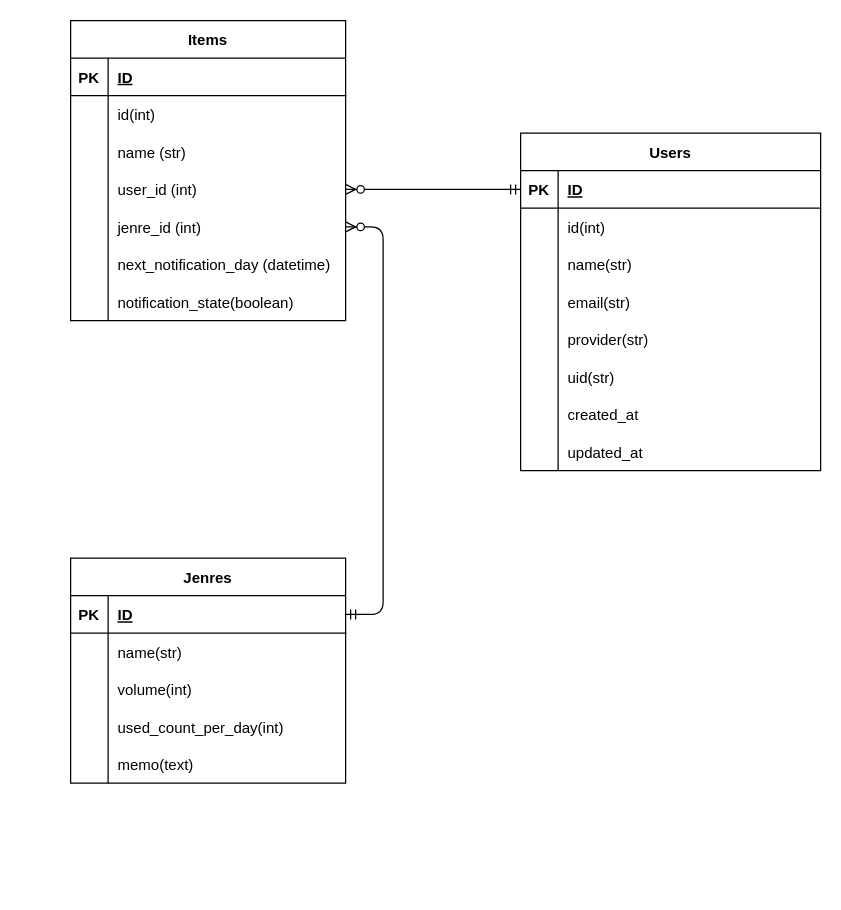
Before: ER_diagram.dio in nakajima-takeshi/stockmate, a draw.io diagram. Source tidied: cells renumbered, new cells numbered last; positions are measured from the earlier drawing's top-left corner, leaving out a move shared by most shapes. Both pictures are drawn from the tidied source at 125%, with x=0, y=0 at pixel (70, 20).
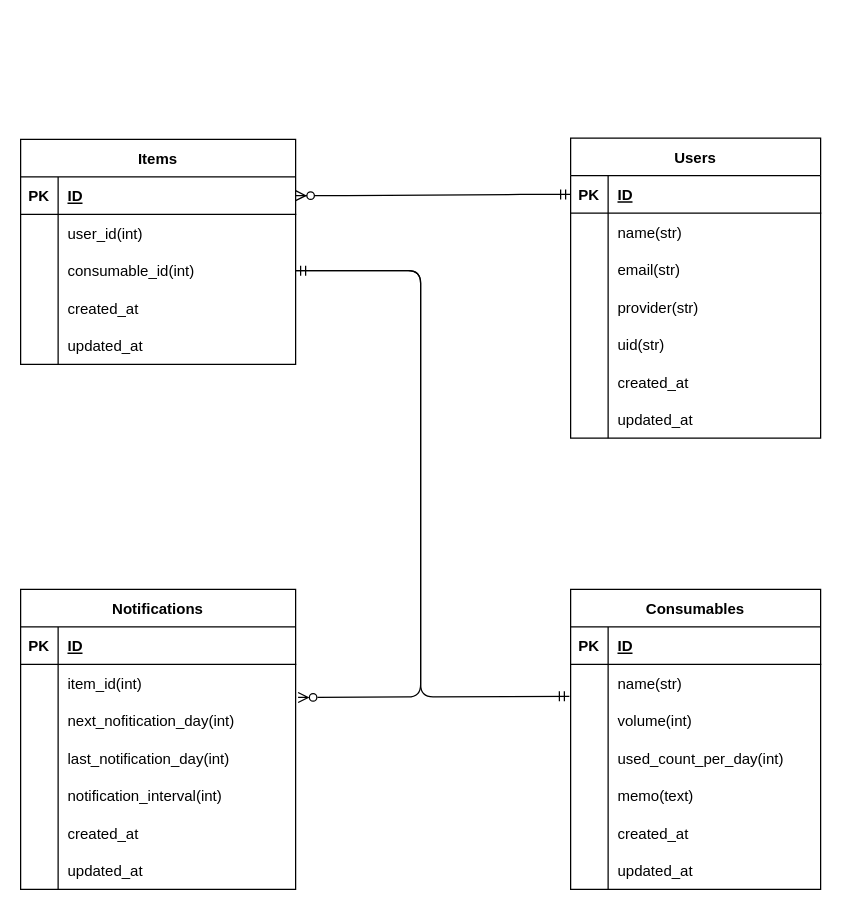
After the change.

Commit message (it also covers changes not shown here):
テーブル設計、ER図を修正しました

The change refers to these unchanged cells:
```xml
<mxCell id="44" style="shape=tableRow;horizontal=0;startSize=0;swimlaneHead=0;swimlaneBody=0;fillColor=none;points=[[0,0.5],[1,0.5]];portConstraint=eastwest;top=0;left=0;right=0;bottom=1;" parent="43" vertex="1">
  <mxGeometry y="30" width="220" height="30" as="geometry" />
</mxCell>
<mxCell id="47" style="shape=tableRow;horizontal=0;startSize=0;swimlaneHead=0;swimlaneBody=0;fillColor=none;top=0;left=0;right=0;bottom=0;" parent="43" vertex="1">
  <mxGeometry y="60" width="220" height="30" as="geometry" />
</mxCell>
<mxCell id="50" style="shape=tableRow;horizontal=0;startSize=0;swimlaneHead=0;swimlaneBody=0;fillColor=none;points=[[0,0.5],[1,0.5]];portConstraint=eastwest;top=0;left=0;right=0;bottom=0;" parent="43" vertex="1">
  <mxGeometry y="90" width="220" height="30" as="geometry" />
</mxCell>
<mxCell id="53" style="shape=tableRow;horizontal=0;startSize=0;swimlaneHead=0;swimlaneBody=0;fillColor=none;points=[[0,0.5],[1,0.5]];portConstraint=eastwest;top=0;left=0;right=0;bottom=0;" parent="43" vertex="1">
  <mxGeometry y="120" width="220" height="30" as="geometry" />
</mxCell>
```

Change to the diagram source:
```diff
@@
     <mxCell id="2" value="Users" style="shape=table;startSize=30;childLayout=tableLayout;rowLines=0;fontStyle=1;align=center;" parent="1" vertex="1">
-      <mxGeometry x="360" y="90" width="240" height="270" as="geometry" />
+      <mxGeometry x="400" y="94" width="200" height="240" as="geometry" />
     </mxCell>
     <mxCell id="3" style="shape=tableRow;horizontal=0;startSize=0;swimlaneHead=0;swimlaneBody=0;fillColor=none;points=[[0,0.5],[1,0.5]];portConstraint=eastwest;top=0;left=0;right=0;bottom=1;" parent="2" vertex="1">
-      <mxGeometry y="30" width="240" height="30" as="geometry" />
+      <mxGeometry y="30" width="200" height="30" as="geometry" />
     </mxCell>
@@
     <mxCell id="5" value="ID" style="shape=partialRectangle;fillColor=none;top=0;left=0;bottom=0;right=0;align=left;spacingLeft=6;fontStyle=5;overflow=hidden;" parent="3" vertex="1">
-      <mxGeometry x="30" width="210" height="30" as="geometry" />
+      <mxGeometry x="30" width="170" height="30" as="geometry" />
     </mxCell>
-    <mxCell id="6" style="shape=tableRow;horizontal=0;startSize=0;swimlaneHead=0;swimlaneBody=0;fillColor=none;top=0;left=0;right=0;bottom=0;" parent="2" vertex="1">
-      <mxGeometry y="60" width="240" height="30" as="geometry" />
-    </mxCell>
-    <mxCell id="7" style="shape=partialRectangle;fillColor=none;top=0;left=0;bottom=0;right=0;overflow=hidden;" parent="6" vertex="1">
-      <mxGeometry width="30" height="30" as="geometry" />
-    </mxCell>
-    <mxCell id="8" value="id(int)" style="shape=partialRectangle;fillColor=none;top=0;left=0;bottom=0;right=0;align=left;spacingLeft=6;overflow=hidden;" parent="6" vertex="1">
-      <mxGeometry x="30" width="210" height="30" as="geometry" />
-    </mxCell>
     <mxCell id="9" style="shape=tableRow;horizontal=0;startSize=0;swimlaneHead=0;swimlaneBody=0;fillColor=none;top=0;left=0;right=0;bottom=0;" parent="2" vertex="1">
-      <mxGeometry y="90" width="240" height="30" as="geometry" />
+      <mxGeometry y="60" width="200" height="30" as="geometry" />
     </mxCell>
@@
     <mxCell id="11" value="name(str)" style="shape=partialRectangle;fillColor=none;top=0;left=0;bottom=0;right=0;align=left;spacingLeft=6;overflow=hidden;" parent="9" vertex="1">
-      <mxGeometry x="30" width="210" height="30" as="geometry" />
+      <mxGeometry x="30" width="170" height="30" as="geometry" />
     </mxCell>
     <mxCell id="12" style="shape=tableRow;horizontal=0;startSize=0;swimlaneHead=0;swimlaneBody=0;fillColor=none;top=0;left=0;right=0;bottom=0;" parent="2" vertex="1">
-      <mxGeometry y="120" width="240" height="30" as="geometry" />
+      <mxGeometry y="90" width="200" height="30" as="geometry" />
     </mxCell>
@@
     <mxCell id="14" value="email(str)" style="shape=partialRectangle;fillColor=none;top=0;left=0;bottom=0;right=0;align=left;spacingLeft=6;overflow=hidden;" parent="12" vertex="1">
-      <mxGeometry x="30" width="210" height="30" as="geometry" />
+      <mxGeometry x="30" width="170" height="30" as="geometry" />
     </mxCell>
     <mxCell id="15" style="shape=tableRow;horizontal=0;startSize=0;swimlaneHead=0;swimlaneBody=0;fillColor=none;top=0;left=0;right=0;bottom=0;" parent="2" vertex="1">
-      <mxGeometry y="150" width="240" height="30" as="geometry" />
+      <mxGeometry y="120" width="200" height="30" as="geometry" />
     </mxCell>
@@
     <mxCell id="17" value="provider(str)" style="shape=partialRectangle;fillColor=none;top=0;left=0;bottom=0;right=0;align=left;spacingLeft=6;overflow=hidden;" parent="15" vertex="1">
-      <mxGeometry x="30" width="210" height="30" as="geometry" />
+      <mxGeometry x="30" width="170" height="30" as="geometry" />
     </mxCell>
     <mxCell id="18" style="shape=tableRow;horizontal=0;startSize=0;swimlaneHead=0;swimlaneBody=0;fillColor=none;top=0;left=0;right=0;bottom=0;" parent="2" vertex="1">
-      <mxGeometry y="180" width="240" height="30" as="geometry" />
+      <mxGeometry y="150" width="200" height="30" as="geometry" />
     </mxCell>
@@
     <mxCell id="20" value="uid(str)" style="shape=partialRectangle;fillColor=none;top=0;left=0;bottom=0;right=0;align=left;spacingLeft=6;overflow=hidden;" parent="18" vertex="1">
-      <mxGeometry x="30" width="210" height="30" as="geometry" />
+      <mxGeometry x="30" width="170" height="30" as="geometry" />
     </mxCell>
     <mxCell id="21" style="shape=tableRow;horizontal=0;startSize=0;swimlaneHead=0;swimlaneBody=0;fillColor=none;top=0;left=0;right=0;bottom=0;" parent="2" vertex="1">
-      <mxGeometry y="210" width="240" height="30" as="geometry" />
+      <mxGeometry y="180" width="200" height="30" as="geometry" />
     </mxCell>
@@
     <mxCell id="23" value="created_at" style="shape=partialRectangle;fillColor=none;top=0;left=0;bottom=0;right=0;align=left;spacingLeft=6;overflow=hidden;" parent="21" vertex="1">
-      <mxGeometry x="30" width="210" height="30" as="geometry" />
+      <mxGeometry x="30" width="170" height="30" as="geometry" />
     </mxCell>
     <mxCell id="24" style="shape=tableRow;horizontal=0;startSize=0;swimlaneHead=0;swimlaneBody=0;fillColor=none;top=0;left=0;right=0;bottom=0;" parent="2" vertex="1">
-      <mxGeometry y="240" width="240" height="30" as="geometry" />
+      <mxGeometry y="210" width="200" height="30" as="geometry" />
     </mxCell>
@@
     <mxCell id="26" value="updated_at" style="shape=partialRectangle;fillColor=none;top=0;left=0;bottom=0;right=0;align=left;spacingLeft=6;overflow=hidden;" parent="24" vertex="1">
-      <mxGeometry x="30" width="210" height="30" as="geometry" />
+      <mxGeometry x="30" width="170" height="30" as="geometry" />
     </mxCell>
-    <mxCell id="27" value="Jenres" style="shape=table;startSize=30;childLayout=tableLayout;rowLines=0;fontStyle=1;align=center;" parent="1" vertex="1">
-      <mxGeometry y="430" width="220" height="180" as="geometry" />
+    <mxCell id="27" value="Consumables" style="shape=table;startSize=30;childLayout=tableLayout;rowLines=0;fontStyle=1;align=center;" parent="1" vertex="1">
+      <mxGeometry x="400" y="455" width="200" height="240" as="geometry" />
     </mxCell>
     <mxCell id="28" style="shape=tableRow;horizontal=0;startSize=0;swimlaneHead=0;swimlaneBody=0;fillColor=none;points=[[0,0.5],[1,0.5]];portConstraint=eastwest;top=0;left=0;right=0;bottom=1;" parent="27" vertex="1">
-      <mxGeometry y="30" width="220" height="30" as="geometry" />
+      <mxGeometry y="30" width="200" height="30" as="geometry" />
     </mxCell>
@@
     <mxCell id="30" value="ID" style="shape=partialRectangle;fillColor=none;top=0;left=0;bottom=0;right=0;align=left;spacingLeft=6;fontStyle=5;overflow=hidden;" parent="28" vertex="1">
-      <mxGeometry x="30" width="190" height="30" as="geometry" />
+      <mxGeometry x="30" width="170" height="30" as="geometry" />
     </mxCell>
     <mxCell id="31" style="shape=tableRow;horizontal=0;startSize=0;swimlaneHead=0;swimlaneBody=0;fillColor=none;top=0;left=0;right=0;bottom=0;" parent="27" vertex="1">
-      <mxGeometry y="60" width="220" height="30" as="geometry" />
+      <mxGeometry y="60" width="200" height="30" as="geometry" />
     </mxCell>
@@
     <mxCell id="33" value="name(str)" style="shape=partialRectangle;fillColor=none;top=0;left=0;bottom=0;right=0;align=left;spacingLeft=6;overflow=hidden;" parent="31" vertex="1">
-      <mxGeometry x="30" width="190" height="30" as="geometry" />
+      <mxGeometry x="30" width="170" height="30" as="geometry" />
     </mxCell>
     <mxCell id="34" style="shape=tableRow;horizontal=0;startSize=0;swimlaneHead=0;swimlaneBody=0;fillColor=none;top=0;left=0;right=0;bottom=0;" parent="27" vertex="1">
-      <mxGeometry y="90" width="220" height="30" as="geometry" />
+      <mxGeometry y="90" width="200" height="30" as="geometry" />
     </mxCell>
@@
     <mxCell id="36" value="volume(int)" style="shape=partialRectangle;fillColor=none;top=0;left=0;bottom=0;right=0;align=left;spacingLeft=6;overflow=hidden;" parent="34" vertex="1">
-      <mxGeometry x="30" width="190" height="30" as="geometry" />
+      <mxGeometry x="30" width="170" height="30" as="geometry" />
     </mxCell>
     <mxCell id="37" style="shape=tableRow;horizontal=0;startSize=0;swimlaneHead=0;swimlaneBody=0;fillColor=none;top=0;left=0;right=0;bottom=0;" parent="27" vertex="1">
-      <mxGeometry y="120" width="220" height="30" as="geometry" />
+      <mxGeometry y="120" width="200" height="30" as="geometry" />
     </mxCell>
@@
     <mxCell id="39" value="used_count_per_day(int)" style="shape=partialRectangle;fillColor=none;top=0;left=0;bottom=0;right=0;align=left;spacingLeft=6;overflow=hidden;" parent="37" vertex="1">
-      <mxGeometry x="30" width="190" height="30" as="geometry" />
+      <mxGeometry x="30" width="170" height="30" as="geometry" />
     </mxCell>
     <mxCell id="40" style="shape=tableRow;horizontal=0;startSize=0;swimlaneHead=0;swimlaneBody=0;fillColor=none;top=0;left=0;right=0;bottom=0;" parent="27" vertex="1">
-      <mxGeometry y="150" width="220" height="30" as="geometry" />
+      <mxGeometry y="150" width="200" height="30" as="geometry" />
     </mxCell>
@@
     <mxCell id="42" value="memo(text)" style="shape=partialRectangle;fillColor=none;top=0;left=0;bottom=0;right=0;align=left;spacingLeft=6;overflow=hidden;" parent="40" vertex="1">
-      <mxGeometry x="30" width="190" height="30" as="geometry" />
+      <mxGeometry x="30" width="170" height="30" as="geometry" />
     </mxCell>
+    <mxCell id="67" style="shape=tableRow;horizontal=0;startSize=0;swimlaneHead=0;swimlaneBody=0;fillColor=none;top=0;left=0;right=0;bottom=0;" parent="27" vertex="1">
+      <mxGeometry y="180" width="200" height="30" as="geometry" />
+    </mxCell>
+    <mxCell id="68" style="shape=partialRectangle;fillColor=none;top=0;left=0;bottom=0;right=0;overflow=hidden;" parent="67" vertex="1">
+      <mxGeometry width="30" height="30" as="geometry" />
+    </mxCell>
+    <mxCell id="69" value="created_at" style="shape=partialRectangle;fillColor=none;top=0;left=0;bottom=0;right=0;align=left;spacingLeft=6;overflow=hidden;" parent="67" vertex="1">
+      <mxGeometry x="30" width="170" height="30" as="geometry" />
+    </mxCell>
+    <mxCell id="70" style="shape=tableRow;horizontal=0;startSize=0;swimlaneHead=0;swimlaneBody=0;fillColor=none;top=0;left=0;right=0;bottom=0;" parent="27" vertex="1">
+      <mxGeometry y="210" width="200" height="30" as="geometry" />
+    </mxCell>
+    <mxCell id="71" style="shape=partialRectangle;fillColor=none;top=0;left=0;bottom=0;right=0;overflow=hidden;" parent="70" vertex="1">
+      <mxGeometry width="30" height="30" as="geometry" />
+    </mxCell>
+    <mxCell id="72" value="updated_at" style="shape=partialRectangle;fillColor=none;top=0;left=0;bottom=0;right=0;align=left;spacingLeft=6;overflow=hidden;" parent="70" vertex="1">
+      <mxGeometry x="30" width="170" height="30" as="geometry" />
+    </mxCell>
     <mxCell id="43" value="Items" style="shape=table;startSize=30;childLayout=tableLayout;rowLines=0;fontStyle=1;align=center;" parent="1" vertex="1">
-      <mxGeometry width="220" height="240" as="geometry" />
+      <mxGeometry x="-40" y="95" width="220" height="180" as="geometry" />
     </mxCell>
@@
-    <mxCell id="49" value="id(int)" style="shape=partialRectangle;fillColor=none;top=0;left=0;bottom=0;right=0;align=left;spacingLeft=6;overflow=hidden;" parent="47" vertex="1">
+    <mxCell id="49" value="user_id(int)" style="shape=partialRectangle;fillColor=none;top=0;left=0;bottom=0;right=0;align=left;spacingLeft=6;overflow=hidden;" parent="47" vertex="1">
       <mxGeometry x="30" width="190" height="30" as="geometry" />
     </mxCell>
@@
-    <mxCell id="52" value="name (str)" style="shape=partialRectangle;fillColor=none;top=0;left=0;bottom=0;right=0;align=left;spacingLeft=6;overflow=hidden;" parent="50" vertex="1">
+    <mxCell id="52" value="consumable_id(int)" style="shape=partialRectangle;fillColor=none;top=0;left=0;bottom=0;right=0;align=left;spacingLeft=6;overflow=hidden;" parent="50" vertex="1">
       <mxGeometry x="30" width="190" height="30" as="geometry" />
     </mxCell>
@@
-    <mxCell id="55" value="user_id (int)" style="shape=partialRectangle;fillColor=none;top=0;left=0;bottom=0;right=0;align=left;spacingLeft=6;overflow=hidden;" parent="53" vertex="1">
+    <mxCell id="55" value="created_at" style="shape=partialRectangle;fillColor=none;top=0;left=0;bottom=0;right=0;align=left;spacingLeft=6;overflow=hidden;" parent="53" vertex="1">
       <mxGeometry x="30" width="190" height="30" as="geometry" />
     </mxCell>
-    <mxCell id="56" style="shape=tableRow;horizontal=0;startSize=0;swimlaneHead=0;swimlaneBody=0;fillColor=none;points=[[0,0.5],[1,0.5]];portConstraint=eastwest;top=0;left=0;right=0;bottom=0;" parent="43" vertex="1">
-      <mxGeometry y="150" width="220" height="30" as="geometry" />
-    </mxCell>
-    <mxCell id="57" style="shape=partialRectangle;fillColor=none;top=0;left=0;bottom=0;right=0;overflow=hidden;" parent="56" vertex="1">
-      <mxGeometry width="30" height="30" as="geometry" />
-    </mxCell>
-    <mxCell id="58" value="jenre_id (int)" style="shape=partialRectangle;fillColor=none;top=0;left=0;bottom=0;right=0;align=left;spacingLeft=6;overflow=hidden;" parent="56" vertex="1">
-      <mxGeometry x="30" width="190" height="30" as="geometry" />
-    </mxCell>
     <mxCell id="59" style="shape=tableRow;horizontal=0;startSize=0;swimlaneHead=0;swimlaneBody=0;fillColor=none;top=0;left=0;right=0;bottom=0;" parent="43" vertex="1">
-      <mxGeometry y="180" width="220" height="30" as="geometry" />
+      <mxGeometry y="150" width="220" height="30" as="geometry" />
     </mxCell>
@@
-    <mxCell id="61" value="next_notification_day (datetime)" style="shape=partialRectangle;fillColor=none;top=0;left=0;bottom=0;right=0;align=left;spacingLeft=6;overflow=hidden;" parent="59" vertex="1">
+    <mxCell id="61" value="updated_at" style="shape=partialRectangle;fillColor=none;top=0;left=0;bottom=0;right=0;align=left;spacingLeft=6;overflow=hidden;" parent="59" vertex="1">
       <mxGeometry x="30" width="190" height="30" as="geometry" />
     </mxCell>
+    <mxCell id="66" style="edgeStyle=entityRelationEdgeStyle;fontSize=12;html=1;endArrow=ERzeroToMany;startArrow=ERmandOne;exitX=0;exitY=0.5;exitDx=0;exitDy=0;entryX=1;entryY=0.5;entryDx=0;entryDy=0;" parent="1" edge="1" source="3" target="44">
+      <mxGeometry relative="1" as="geometry" />
+    </mxCell>
+    <mxCell id="73" value="Notifications" style="shape=table;startSize=30;childLayout=tableLayout;rowLines=0;fontStyle=1;align=center;" parent="1" vertex="1">
+      <mxGeometry x="-40" y="455" width="220" height="240" as="geometry" />
+    </mxCell>
+    <mxCell id="74" style="shape=tableRow;horizontal=0;startSize=0;swimlaneHead=0;swimlaneBody=0;fillColor=none;top=0;left=0;right=0;bottom=1;" parent="73" vertex="1">
+      <mxGeometry y="30" width="220" height="30" as="geometry" />
+    </mxCell>
+    <mxCell id="75" value="PK" style="shape=partialRectangle;fillColor=none;top=0;left=0;bottom=0;right=0;fontStyle=1;overflow=hidden;" parent="74" vertex="1">
+      <mxGeometry width="30" height="30" as="geometry" />
+    </mxCell>
+    <mxCell id="76" value="ID" style="shape=partialRectangle;fillColor=none;top=0;left=0;bottom=0;right=0;align=left;spacingLeft=6;fontStyle=5;overflow=hidden;" parent="74" vertex="1">
+      <mxGeometry x="30" width="190" height="30" as="geometry" />
+    </mxCell>
+    <mxCell id="77" style="shape=tableRow;horizontal=0;startSize=0;swimlaneHead=0;swimlaneBody=0;fillColor=none;points=[[0,0.5],[1,0.5]];portConstraint=eastwest;top=0;left=0;right=0;bottom=0;" parent="73" vertex="1">
+      <mxGeometry y="60" width="220" height="30" as="geometry" />
+    </mxCell>
+    <mxCell id="78" style="shape=partialRectangle;fillColor=none;top=0;left=0;bottom=0;right=0;overflow=hidden;" parent="77" vertex="1">
+      <mxGeometry width="30" height="30" as="geometry" />
+    </mxCell>
+    <mxCell id="79" value="item_id(int)" style="shape=partialRectangle;fillColor=none;top=0;left=0;bottom=0;right=0;align=left;spacingLeft=6;overflow=hidden;" parent="77" vertex="1">
+      <mxGeometry x="30" width="190" height="30" as="geometry" />
+    </mxCell>
+    <mxCell id="80" style="shape=tableRow;horizontal=0;startSize=0;swimlaneHead=0;swimlaneBody=0;fillColor=none;top=0;left=0;right=0;bottom=0;" parent="73" vertex="1">
+      <mxGeometry y="90" width="220" height="30" as="geometry" />
+    </mxCell>
+    <mxCell id="81" style="shape=partialRectangle;fillColor=none;top=0;left=0;bottom=0;right=0;overflow=hidden;" parent="80" vertex="1">
+      <mxGeometry width="30" height="30" as="geometry" />
+    </mxCell>
+    <mxCell id="82" value="next_nofitication_day(int)" style="shape=partialRectangle;fillColor=none;top=0;left=0;bottom=0;right=0;align=left;spacingLeft=6;overflow=hidden;" parent="80" vertex="1">
+      <mxGeometry x="30" width="190" height="30" as="geometry" />
+    </mxCell>
+    <mxCell id="83" style="shape=tableRow;horizontal=0;startSize=0;swimlaneHead=0;swimlaneBody=0;fillColor=none;top=0;left=0;right=0;bottom=0;" parent="73" vertex="1">
+      <mxGeometry y="120" width="220" height="30" as="geometry" />
+    </mxCell>
+    <mxCell id="84" style="shape=partialRectangle;fillColor=none;top=0;left=0;bottom=0;right=0;overflow=hidden;" parent="83" vertex="1">
+      <mxGeometry width="30" height="30" as="geometry" />
+    </mxCell>
+    <mxCell id="85" value="last_notification_day(int)" style="shape=partialRectangle;fillColor=none;top=0;left=0;bottom=0;right=0;align=left;spacingLeft=6;overflow=hidden;" parent="83" vertex="1">
+      <mxGeometry x="30" width="190" height="30" as="geometry" />
+    </mxCell>
+    <mxCell id="56" style="shape=tableRow;horizontal=0;startSize=0;swimlaneHead=0;swimlaneBody=0;fillColor=none;points=[[0,0.5],[1,0.5]];portConstraint=eastwest;top=0;left=0;right=0;bottom=0;" parent="73" vertex="1">
+      <mxGeometry y="150" width="220" height="30" as="geometry" />
+    </mxCell>
+    <mxCell id="86" style="shape=partialRectangle;fillColor=none;top=0;left=0;bottom=0;right=0;overflow=hidden;" parent="56" vertex="1">
+      <mxGeometry width="30" height="30" as="geometry" />
+    </mxCell>
+    <mxCell id="87" value="notification_interval(int)" style="shape=partialRectangle;fillColor=none;top=0;left=0;bottom=0;right=0;align=left;spacingLeft=6;overflow=hidden;" parent="56" vertex="1">
+      <mxGeometry x="30" width="190" height="30" as="geometry" />
+    </mxCell>
+    <mxCell id="88" style="shape=tableRow;horizontal=0;startSize=0;swimlaneHead=0;swimlaneBody=0;fillColor=none;top=0;left=0;right=0;bottom=0;" parent="73" vertex="1">
+      <mxGeometry y="180" width="220" height="30" as="geometry" />
+    </mxCell>
+    <mxCell id="89" style="shape=partialRectangle;fillColor=none;top=0;left=0;bottom=0;right=0;overflow=hidden;" parent="88" vertex="1">
+      <mxGeometry width="30" height="30" as="geometry" />
+    </mxCell>
+    <mxCell id="90" value="created_at" style="shape=partialRectangle;fillColor=none;top=0;left=0;bottom=0;right=0;align=left;spacingLeft=6;overflow=hidden;" parent="88" vertex="1">
+      <mxGeometry x="30" width="190" height="30" as="geometry" />
+    </mxCell>
-    <mxCell id="62" style="shape=tableRow;horizontal=0;startSize=0;swimlaneHead=0;swimlaneBody=0;fillColor=none;top=0;left=0;right=0;bottom=0;" parent="43" vertex="1">
+    <mxCell id="62" style="shape=tableRow;horizontal=0;startSize=0;swimlaneHead=0;swimlaneBody=0;fillColor=none;top=0;left=0;right=0;bottom=0;" parent="73" vertex="1">
       <mxGeometry y="210" width="220" height="30" as="geometry" />
     </mxCell>
-    <mxCell id="63" style="shape=partialRectangle;fillColor=none;top=0;left=0;bottom=0;right=0;overflow=hidden;" parent="62" vertex="1">
-      <mxGeometry width="30" height="30" as="geometry" />
-    </mxCell>
-    <mxCell id="64" value="notification_state(boolean)" style="shape=partialRectangle;fillColor=none;top=0;left=0;bottom=0;right=0;align=left;spacingLeft=6;overflow=hidden;" parent="62" vertex="1">
-      <mxGeometry x="30" width="190" height="30" as="geometry" />
-    </mxCell>
-    <mxCell id="65" style="edgeStyle=entityRelationEdgeStyle;fontSize=12;html=1;endArrow=ERzeroToMany;startArrow=ERmandOne;exitX=1;exitY=0.5;exitDx=0;exitDy=0;" parent="1" edge="1" source="28" target="56">
-      <mxGeometry relative="1" as="geometry" />
-    </mxCell>
-    <mxCell id="66" style="edgeStyle=entityRelationEdgeStyle;fontSize=12;html=1;endArrow=ERzeroToMany;startArrow=ERmandOne;exitX=0;exitY=0.5;exitDx=0;exitDy=0;" parent="1" edge="1" source="3" target="53">
-      <mxGeometry relative="1" as="geometry" />
-    </mxCell>
+    <mxCell id="91" style="shape=partialRectangle;fillColor=none;top=0;left=0;bottom=0;right=0;overflow=hidden;" parent="62" vertex="1">
+      <mxGeometry width="30" height="30" as="geometry" />
+    </mxCell>
+    <mxCell id="92" value="updated_at" style="shape=partialRectangle;fillColor=none;top=0;left=0;bottom=0;right=0;align=left;spacingLeft=6;overflow=hidden;" parent="62" vertex="1">
+      <mxGeometry x="30" width="190" height="30" as="geometry" />
+    </mxCell>
+    <mxCell id="93" style="edgeStyle=none;html=1;entryX=-0.005;entryY=0.75;entryDx=0;entryDy=0;endArrow=ERmandOne;endFill=0;entryPerimeter=0;exitX=1;exitY=0.5;exitDx=0;exitDy=0;" parent="1" edge="1" source="50">
+      <mxGeometry relative="1" as="geometry">
+        <mxPoint x="399" y="540.5" as="targetPoint" />
+        <Array as="points">
+          <mxPoint x="280" y="200" />
+          <mxPoint x="280" y="503" />
+          <mxPoint x="280" y="541" />
+        </Array>
+      </mxGeometry>
+    </mxCell>
+    <mxCell id="94" style="edgeStyle=none;html=1;entryX=1.009;entryY=0.883;entryDx=0;entryDy=0;entryPerimeter=0;endArrow=ERzeroToMany;endFill=0;startArrow=ERmandOne;startFill=0;" parent="1" edge="1" source="50" target="77">
+      <mxGeometry relative="1" as="geometry">
+        <Array as="points">
+          <mxPoint x="280" y="200" />
+          <mxPoint x="280" y="385" />
+          <mxPoint x="280" y="541" />
+        </Array>
+      </mxGeometry>
+    </mxCell>
```
